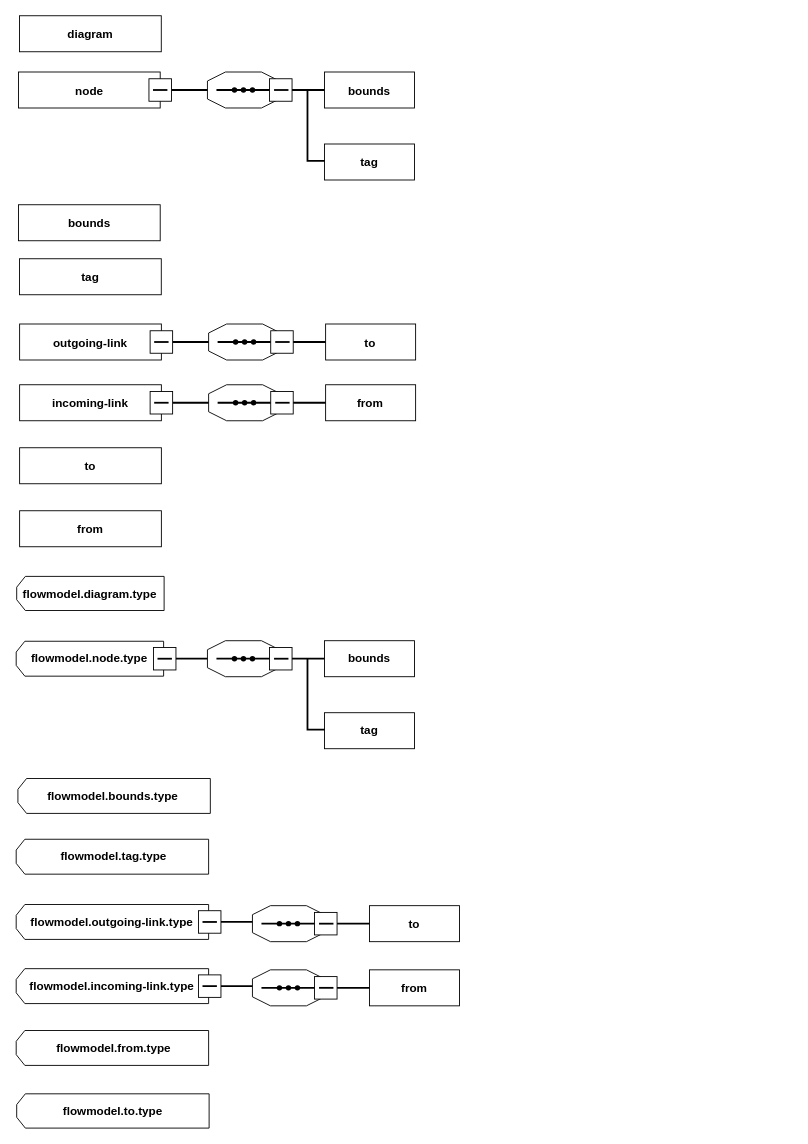
Earlier version of the draw.io diagram drawio/xsd.drawio (happinessandlove/Pic). Source tidied: cells renumbered, new cells numbered last; positions are measured from the earlier drawing's top-left corner, leaving out a move shared by most shapes. Both pictures are drawn from the tidied source at 90%, with x=0, y=0 at pixel (16, 15).
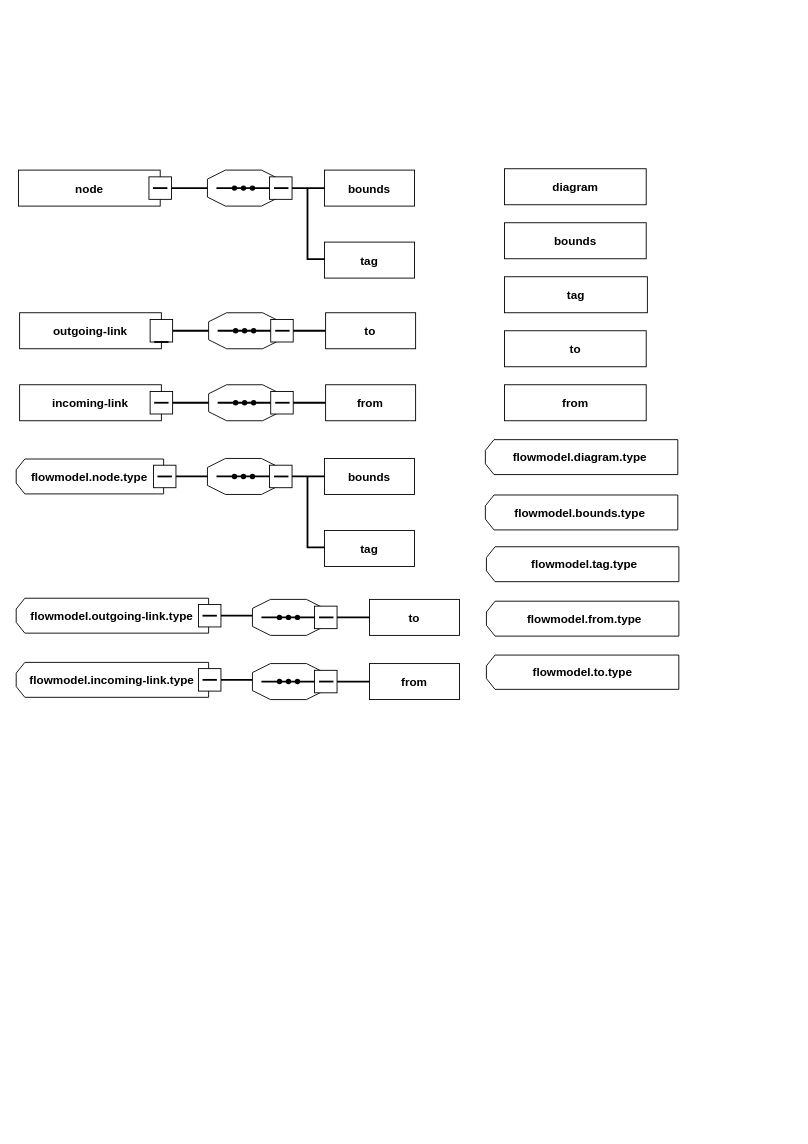
The same page after the edit.

The change refers to these unchanged cells:
```xml
<mxCell id="43" style="group;" parent="42" vertex="1">
  <mxGeometry width="440" height="85" as="geometry" />
</mxCell>
<mxCell id="60" style="group;" parent="42" vertex="1">
  <mxGeometry y="92.5" width="440" height="177.5" as="geometry" />
</mxCell>
```

Change to the diagram source:
```diff
@@
     <mxCell id="2" style="group;" parent="1" vertex="1">
-      <mxGeometry x="-0.5" y="694.4" width="442.5" height="120" as="geometry" />
+      <mxGeometry x="-0.5" y="491.9" width="442.5" height="120" as="geometry" />
     </mxCell>
@@
     <mxCell id="22" style="group;" parent="1" vertex="1">
-      <mxGeometry x="2" y="40" width="440" height="142.5" as="geometry" />
+      <mxGeometry x="2" y="149" width="440" height="142.5" as="geometry" />
     </mxCell>
@@
     <mxCell id="44" style="group;" parent="43" vertex="1">
-      <mxGeometry x="210" y="22.5" width="94" height="40" as="geometry" />
+      <mxGeometry x="210" y="10" width="94" height="40" as="geometry" />
     </mxCell>
@@
     <mxCell id="52" style="line;strokeWidth=2;html=1;fontSize=13;" parent="43" vertex="1">
-      <mxGeometry x="170" y="37.5" width="40" height="10" as="geometry" />
+      <mxGeometry x="170" y="25" width="40" height="10" as="geometry" />
     </mxCell>
     <mxCell id="53" style="rounded=0;whiteSpace=wrap;html=1;fontSize=13;" parent="43" vertex="1">
-      <mxGeometry x="340" y="22.5" width="100" height="40" as="geometry" />
+      <mxGeometry x="340" y="10" width="100" height="40" as="geometry" />
     </mxCell>
     <mxCell id="54" value="to" style="text;html=1;strokeColor=none;fillColor=none;align=center;verticalAlign=middle;whiteSpace=wrap;rounded=0;fontSize=13;fontStyle=1;" parent="43" vertex="1">
-      <mxGeometry x="360" y="27.5" width="60" height="30" as="geometry" />
+      <mxGeometry x="360" y="15" width="60" height="30" as="geometry" />
     </mxCell>
     <mxCell id="55" style="line;strokeWidth=2;html=1;fontSize=13;" parent="43" vertex="1">
-      <mxGeometry x="304" y="37.5" width="36" height="10" as="geometry" />
+      <mxGeometry x="304" y="25" width="36" height="10" as="geometry" />
     </mxCell>
     <mxCell id="56" style="rounded=0;whiteSpace=wrap;html=1;" parent="43" vertex="1">
-      <mxGeometry y="22.5" width="157.5" height="40" as="geometry" />
+      <mxGeometry y="10" width="157.5" height="40" as="geometry" />
     </mxCell>
     <mxCell id="57" style="whiteSpace=wrap;html=1;rotation=-90;" parent="43" vertex="1">
-      <mxGeometry x="145" y="30" width="25" height="25" as="geometry" />
+      <mxGeometry x="145" y="17.5" width="25" height="25" as="geometry" />
     </mxCell>
@@
     <mxCell id="59" value="outgoing-link" style="text;html=1;strokeColor=none;fillColor=none;align=center;verticalAlign=middle;whiteSpace=wrap;rounded=0;fontSize=13;fontStyle=1;" parent="43" vertex="1">
-      <mxGeometry x="18.7" y="27.5" width="120" height="30" as="geometry" />
+      <mxGeometry x="18.7" y="15" width="120" height="30" as="geometry" />
     </mxCell>
@@
     <mxCell id="77" style="group;" parent="60" vertex="1">
-      <mxGeometry y="67.5" width="157.5" height="110" as="geometry" />
+      <mxGeometry x="701.2" y="-232.5" width="157.5" height="110" as="geometry" />
     </mxCell>
-    <mxCell id="78" style="group;" parent="77" vertex="1">
-      <mxGeometry width="157.5" height="40" as="geometry" />
-    </mxCell>
-    <mxCell id="79" style="rounded=0;whiteSpace=wrap;html=1;" parent="78" vertex="1">
-      <mxGeometry width="157.5" height="40" as="geometry" />
-    </mxCell>
-    <mxCell id="80" value="&lt;span style=&quot;font-size: 13px&quot;&gt;&lt;b&gt;to&lt;/b&gt;&lt;/span&gt;" style="text;html=1;strokeColor=none;fillColor=none;align=center;verticalAlign=middle;whiteSpace=wrap;rounded=0;" parent="78" vertex="1">
-      <mxGeometry x="48.8" y="5" width="60" height="30" as="geometry" />
-    </mxCell>
     <mxCell id="81" style="group;" parent="77" vertex="1">
-      <mxGeometry y="70" width="157.5" height="40" as="geometry" />
+      <mxGeometry x="-162.5" y="230" width="157.5" height="40" as="geometry" />
     </mxCell>
@@
     <mxCell id="84" style="group;" parent="1" vertex="1">
-      <mxGeometry x="3.2" width="157.5" height="40" as="geometry" />
+      <mxGeometry x="542" y="170" width="157.5" height="40" as="geometry" />
     </mxCell>
@@
     <mxCell id="87" style="group;" parent="1" vertex="1">
-      <mxGeometry x="2" y="210" width="157.5" height="40" as="geometry" />
+      <mxGeometry x="542" y="230" width="157.5" height="40" as="geometry" />
     </mxCell>
@@
     <mxCell id="90" style="group;" parent="1" vertex="1">
-      <mxGeometry x="3.2" y="270" width="157.5" height="40" as="geometry" />
+      <mxGeometry x="542" y="290" width="158.8" height="40" as="geometry" />
     </mxCell>
     <mxCell id="91" style="rounded=0;whiteSpace=wrap;html=1;" parent="90" vertex="1">
-      <mxGeometry width="157.5" height="40" as="geometry" />
+      <mxGeometry width="158.8" height="40" as="geometry" />
     </mxCell>
     <mxCell id="92" value="&lt;span style=&quot;font-size: 13px&quot;&gt;&lt;b&gt;tag&lt;/b&gt;&lt;/span&gt;" style="text;html=1;strokeColor=none;fillColor=none;align=center;verticalAlign=middle;whiteSpace=wrap;rounded=0;" parent="90" vertex="1">
-      <mxGeometry x="48.8" y="5" width="60" height="30" as="geometry" />
+      <mxGeometry x="49.1" y="5" width="60.5" height="30" as="geometry" />
     </mxCell>
-    <mxCell id="93" style="group;" parent="1" vertex="1">
-      <mxGeometry x="2" y="622.5" width="160" height="38.8" as="geometry" />
-    </mxCell>
-    <mxCell id="94" style="shape=loopLimit;whiteSpace=wrap;html=1;rotation=-90;horizontal=0;verticalAlign=middle;textDirection=ltr;labelPosition=center;verticalLabelPosition=middle;align=center;size=12;" parent="93" vertex="1">
-      <mxGeometry x="61" y="-62.5" width="37.9" height="163.8" as="geometry" />
-    </mxCell>
-    <mxCell id="95" value="flowmodel.diagram.type" style="text;html=1;strokeColor=none;fillColor=none;align=center;verticalAlign=middle;whiteSpace=wrap;rounded=0;fontSize=13;fontStyle=1;" parent="93" vertex="1">
-      <mxGeometry x="21.4" y="4.4" width="117.2" height="30" as="geometry" />
-    </mxCell>
     <mxCell id="96" style="shape=loopLimit;whiteSpace=wrap;html=1;rotation=-90;horizontal=0;verticalAlign=middle;textDirection=ltr;labelPosition=center;verticalLabelPosition=middle;align=center;size=12;" parent="1" vertex="1">
-      <mxGeometry x="88.9" y="760" width="38.8" height="213.8" as="geometry" />
+      <mxGeometry x="608.3" y="445" width="38.8" height="213.8" as="geometry" />
     </mxCell>
     <mxCell id="97" value="&lt;b&gt;&lt;font style=&quot;font-size: 13px&quot;&gt;flowmodel.bounds.type&lt;/font&gt;&lt;/b&gt;" style="text;html=1;strokeColor=none;fillColor=none;align=center;verticalAlign=middle;whiteSpace=wrap;rounded=0;" parent="1" vertex="1">
-      <mxGeometry x="3.3" y="851.9" width="208.1" height="30" as="geometry" />
+      <mxGeometry x="522" y="536.9" width="208.1" height="30" as="geometry" />
     </mxCell>
     <mxCell id="98" style="group;" parent="1" vertex="1">
-      <mxGeometry x="-0.5" y="915" width="213.8" height="38.8" as="geometry" />
+      <mxGeometry x="522" y="590" width="213.8" height="38.8" as="geometry" />
     </mxCell>
@@
     <mxCell id="101" style="group;" parent="1" vertex="1">
-      <mxGeometry x="-0.5" y="987.5" width="492.5" height="112.6" as="geometry" />
+      <mxGeometry x="-0.5" y="647.2" width="492.5" height="112.6" as="geometry" />
     </mxCell>
@@
-    <mxCell id="140" style="group;" parent="1" vertex="1">
-      <mxGeometry x="-0.5" y="1127.5" width="213.8" height="108.8" as="geometry" />
-    </mxCell>
+    <mxCell id="147" style="shape=loopLimit;whiteSpace=wrap;html=1;rotation=-90;horizontal=0;verticalAlign=middle;textDirection=ltr;labelPosition=center;verticalLabelPosition=middle;align=center;size=12;" parent="1" vertex="1">
+      <mxGeometry x="608.3" y="383.5" width="38.8" height="213.8" as="geometry" />
+    </mxCell>
+    <mxCell id="95" value="&lt;span style=&quot;font-size: 13px ; font-weight: bold&quot;&gt;flowmodel.diagram.type&lt;/span&gt;" style="text;html=1;strokeColor=none;fillColor=none;align=center;verticalAlign=middle;whiteSpace=wrap;rounded=0;" parent="1" vertex="1">
+      <mxGeometry x="522" y="475.4" width="208.1" height="30" as="geometry" />
+    </mxCell>
+    <mxCell id="79" style="rounded=0;whiteSpace=wrap;html=1;" parent="1" vertex="1">
+      <mxGeometry x="542" y="350" width="157.5" height="40" as="geometry" />
+    </mxCell>
+    <mxCell id="80" value="&lt;span style=&quot;font-size: 13px&quot;&gt;&lt;b&gt;to&lt;/b&gt;&lt;/span&gt;" style="text;html=1;strokeColor=none;fillColor=none;align=center;verticalAlign=middle;whiteSpace=wrap;rounded=0;" parent="1" vertex="1">
+      <mxGeometry x="590.8" y="355" width="60" height="30" as="geometry" />
+    </mxCell>
+    <mxCell id="144" style="group;" parent="1" vertex="1">
+      <mxGeometry x="522" y="650.5" width="213.8" height="38.8" as="geometry" />
+    </mxCell>
+    <mxCell id="145" style="shape=loopLimit;whiteSpace=wrap;html=1;rotation=-90;horizontal=0;verticalAlign=middle;textDirection=ltr;labelPosition=center;verticalLabelPosition=middle;align=center;size=12;" parent="144" vertex="1">
+      <mxGeometry x="87.5" y="-87.5" width="38.8" height="213.8" as="geometry" />
+    </mxCell>
+    <mxCell id="146" value="&lt;b&gt;&lt;font style=&quot;font-size: 13px&quot;&gt;flowmodel.from.type&lt;/font&gt;&lt;/b&gt;" style="text;html=1;strokeColor=none;fillColor=none;align=center;verticalAlign=middle;whiteSpace=wrap;rounded=0;" parent="144" vertex="1">
+      <mxGeometry x="3.8" y="4.4" width="210" height="30" as="geometry" />
+    </mxCell>
-    <mxCell id="141" style="group;" parent="140" vertex="1">
-      <mxGeometry x="2.5" y="70" width="210" height="38.8" as="geometry" />
+    <mxCell id="141" style="group;" parent="1" vertex="1">
+      <mxGeometry x="523.9" y="710" width="210" height="38.8" as="geometry" />
     </mxCell>
@@
-    <mxCell id="144" style="group;" parent="140" vertex="1">
-      <mxGeometry width="213.8" height="38.8" as="geometry" />
-    </mxCell>
-    <mxCell id="145" style="shape=loopLimit;whiteSpace=wrap;html=1;rotation=-90;horizontal=0;verticalAlign=middle;textDirection=ltr;labelPosition=center;verticalLabelPosition=middle;align=center;size=12;" parent="144" vertex="1">
-      <mxGeometry x="87.5" y="-87.5" width="38.8" height="213.8" as="geometry" />
-    </mxCell>
-    <mxCell id="146" value="&lt;b&gt;&lt;font style=&quot;font-size: 13px&quot;&gt;flowmodel.from.type&lt;/font&gt;&lt;/b&gt;" style="text;html=1;strokeColor=none;fillColor=none;align=center;verticalAlign=middle;whiteSpace=wrap;rounded=0;" parent="144" vertex="1">
-      <mxGeometry x="3.8" y="4.4" width="210" height="30" as="geometry" />
-    </mxCell>
```
